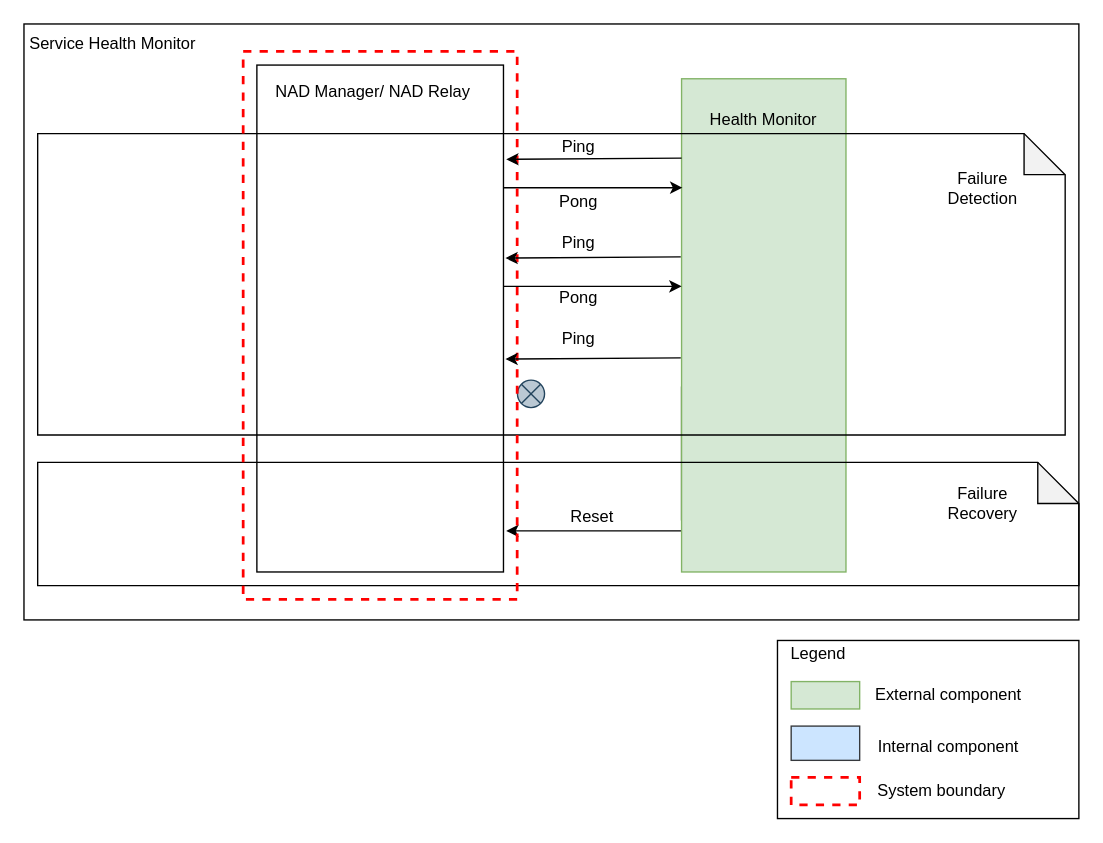
The draw.io diagram page "pingpong" (3 of 16) of doc/SA cert/Design/availability.drawio in taikt/codefun, before the edit. Source tidied: cells renumbered, new cells numbered last; positions are measured from the earlier drawing's top-left corner, leaving out a move shared by most shapes. Both pictures are drawn from the tidied source at 137%, with x=0, y=0 at pixel (23, 23).
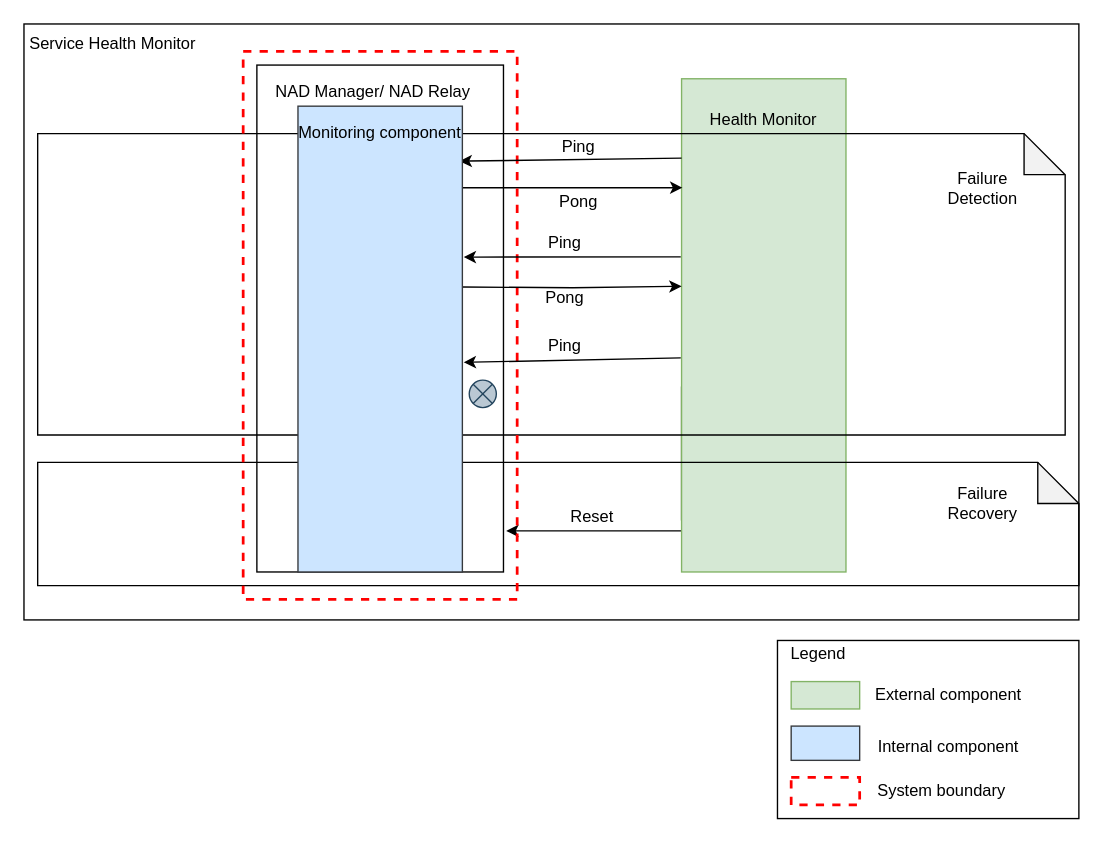
The same page after the edit.

The change refers to these unchanged cells:
```xml
<mxCell id="3" style="rounded=0;whiteSpace=wrap;html=1;" parent="1" vertex="1">
  <mxGeometry x="170" y="30" width="180" height="370" as="geometry" />
</mxCell>
<mxCell id="6" style="rounded=0;whiteSpace=wrap;html=1;fillColor=#d5e8d4;strokeColor=#82b366;" parent="1" vertex="1">
  <mxGeometry x="480" y="40" width="120" height="360" as="geometry" />
</mxCell>
```

Change to the diagram source:
```diff
@@
-    <mxCell id="11" style="edgeStyle=orthogonalEdgeStyle;rounded=0;orthogonalLoop=1;jettySize=auto;html=1;endArrow=classic;endFill=1;strokeColor=#000000;" parent="1" edge="1">
+    <mxCell id="11" style="edgeStyle=orthogonalEdgeStyle;rounded=0;jettySize=auto;html=1;endArrow=classic;endFill=1;strokeColor=#000000;exitX=0.992;exitY=0.142;exitDx=0;exitDy=0;exitPerimeter=0;" parent="1" edge="1" source="35">
       <mxGeometry relative="1" as="geometry">
-        <mxPoint x="350.4" y="119.5" as="sourcePoint" />
         <mxPoint x="480.6" y="119.5" as="targetPoint" />
         <Array as="points">
-          <mxPoint x="350.4" y="119.5" />
-          <mxPoint x="350.4" y="119.5" />
+          <mxPoint x="319" y="120" />
         </Array>
       </mxGeometry>
     </mxCell>
     <mxCell id="12" value="Pong" style="text;html=1;strokeColor=none;fillColor=none;align=center;verticalAlign=middle;whiteSpace=wrap;rounded=0;" parent="1" vertex="1">
-      <mxGeometry x="340.2" y="120" width="130" height="20" as="geometry" />
+      <mxGeometry x="340" y="120" width="130" height="20" as="geometry" />
     </mxCell>
@@
     <mxCell id="16" style="shape=sumEllipse;perimeter=ellipsePerimeter;whiteSpace=wrap;html=1;backgroundOutline=1;fillColor=#bac8d3;strokeColor=#23445d;" parent="1" vertex="1">
-      <mxGeometry x="360.2" y="260" width="19.8" height="20" as="geometry" />
+      <mxGeometry x="325" y="260" width="19.8" height="20" as="geometry" />
     </mxCell>
@@
-    <mxCell id="28" style="endArrow=classic;html=1;exitX=0;exitY=0.161;exitDx=0;exitDy=0;exitPerimeter=0;entryX=1.011;entryY=0.186;entryDx=0;entryDy=0;entryPerimeter=0;" parent="1" edge="1" source="6" target="3">
+    <mxCell id="28" style="endArrow=classic;html=1;exitX=0;exitY=0.161;exitDx=0;exitDy=0;exitPerimeter=0;entryX=0.983;entryY=0.118;entryDx=0;entryDy=0;entryPerimeter=0;" parent="1" edge="1" source="6" target="35">
       <mxGeometry relative="1" as="geometry" />
     </mxCell>
     <mxCell id="29" style="edgeStyle=orthogonalEdgeStyle;rounded=0;orthogonalLoop=1;jettySize=auto;html=1;endArrow=classic;endFill=1;strokeColor=#000000;" parent="1" edge="1">
       <mxGeometry relative="1" as="geometry">
-        <mxPoint x="349.8" y="191.5" as="sourcePoint" />
+        <mxPoint x="320" y="192" as="sourcePoint" />
         <mxPoint x="480" y="191.5" as="targetPoint" />
-        <Array as="points">
-          <mxPoint x="349.8" y="191.5" />
-          <mxPoint x="349.8" y="191.5" />
-        </Array>
       </mxGeometry>
     </mxCell>
-    <mxCell id="30" style="endArrow=classic;html=1;exitX=0;exitY=0.161;exitDx=0;exitDy=0;exitPerimeter=0;entryX=1.011;entryY=0.186;entryDx=0;entryDy=0;entryPerimeter=0;" parent="1" edge="1">
+    <mxCell id="30" style="endArrow=classic;html=1;exitX=0;exitY=0.161;exitDx=0;exitDy=0;exitPerimeter=0;entryX=1.008;entryY=0.324;entryDx=0;entryDy=0;entryPerimeter=0;" parent="1" edge="1" target="35">
       <mxGeometry relative="1" as="geometry">
         <mxPoint x="479.4" y="170" as="sourcePoint" />
-        <mxPoint x="351.4" y="170.9" as="targetPoint" />
       </mxGeometry>
     </mxCell>
-    <mxCell id="31" style="endArrow=classic;html=1;exitX=0;exitY=0.161;exitDx=0;exitDy=0;exitPerimeter=0;entryX=1.011;entryY=0.186;entryDx=0;entryDy=0;entryPerimeter=0;" parent="1" edge="1">
+    <mxCell id="31" style="endArrow=classic;html=1;exitX=0;exitY=0.161;exitDx=0;exitDy=0;exitPerimeter=0;entryX=1.008;entryY=0.55;entryDx=0;entryDy=0;entryPerimeter=0;" parent="1" edge="1" target="35">
       <mxGeometry relative="1" as="geometry">
         <mxPoint x="479.4" y="243.7" as="sourcePoint" />
-        <mxPoint x="351.4" y="244.6" as="targetPoint" />
       </mxGeometry>
     </mxCell>
     <mxCell id="32" value="Ping" style="text;html=1;strokeColor=none;fillColor=none;align=center;verticalAlign=middle;whiteSpace=wrap;rounded=0;" parent="1" vertex="1">
-      <mxGeometry x="350.2" y="150" width="110" height="20" as="geometry" />
+      <mxGeometry x="340.2" y="150" width="110" height="20" as="geometry" />
     </mxCell>
     <mxCell id="33" value="Pong" style="text;html=1;strokeColor=none;fillColor=none;align=center;verticalAlign=middle;whiteSpace=wrap;rounded=0;" parent="1" vertex="1">
-      <mxGeometry x="340.2" y="190" width="130" height="20" as="geometry" />
+      <mxGeometry x="330.2" y="190" width="130" height="20" as="geometry" />
     </mxCell>
     <mxCell id="34" value="Ping" style="text;html=1;strokeColor=none;fillColor=none;align=center;verticalAlign=middle;whiteSpace=wrap;rounded=0;" parent="1" vertex="1">
-      <mxGeometry x="350" y="220" width="110" height="20" as="geometry" />
+      <mxGeometry x="340.2" y="225" width="110" height="20" as="geometry" />
     </mxCell>
+    <mxCell id="35" style="rounded=0;whiteSpace=wrap;html=1;fillColor=#cce5ff;strokeColor=#36393d;" parent="1" vertex="1">
+      <mxGeometry x="200" y="60" width="120" height="340" as="geometry" />
+    </mxCell>
+    <mxCell id="36" value="Monitoring component" style="text;html=1;strokeColor=none;fillColor=none;align=center;verticalAlign=middle;whiteSpace=wrap;rounded=0;" parent="1" vertex="1">
+      <mxGeometry x="195" y="70" width="130" height="20" as="geometry" />
+    </mxCell>
```
